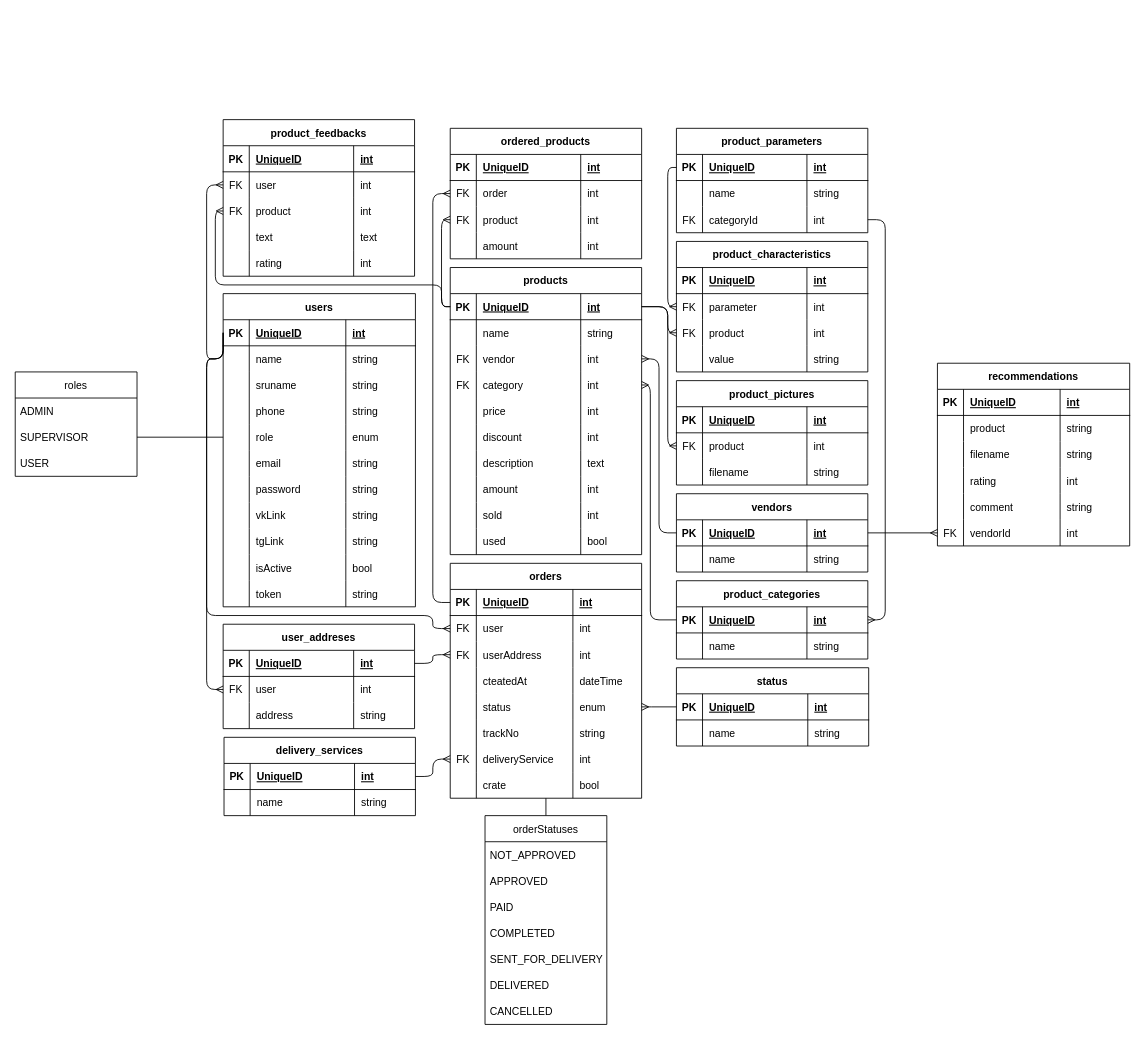
The draw.io diagram page "Database" (1 of 2) of VoiakaGM.drawio in TMWAG/voiakagm-shop-nest-v2, before the edit. Source tidied: cells renumbered, new cells numbered last; positions are measured from the earlier drawing's top-left corner, leaving out a move shared by most shapes. Both pictures are drawn from the tidied source at 87%, with x=0, y=0 at pixel (15, 119).
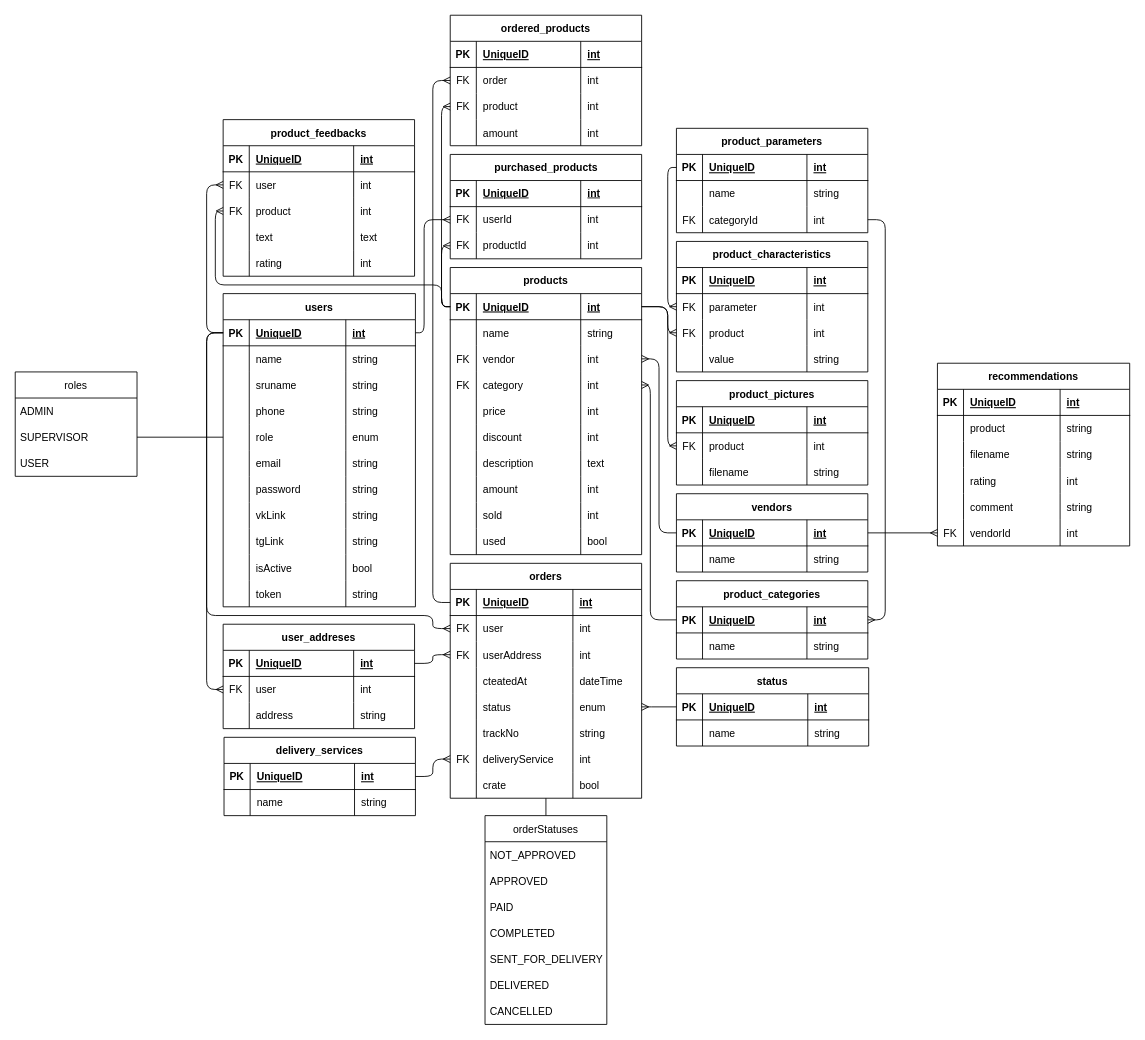
The same page after the edit.

Commit message:
Добавлена таблица purchased_products

Unchanged cells that the change refers to:
```xml
<mxCell id="3" style="shape=tableRow;horizontal=0;startSize=0;swimlaneHead=0;swimlaneBody=0;fillColor=none;points=[[0,0.5],[1,0.5]];portConstraint=eastwest;top=0;left=0;right=0;bottom=1;" parent="2" vertex="1">
  <mxGeometry y="30" width="221" height="30" as="geometry" />
</mxCell>
<mxCell id="48" style="shape=tableRow;horizontal=0;startSize=0;swimlaneHead=0;swimlaneBody=0;fillColor=none;points=[[0,0.5],[1,0.5]];portConstraint=eastwest;top=0;left=0;right=0;bottom=1;" parent="47" vertex="1">
  <mxGeometry y="30" width="220" height="30" as="geometry" />
</mxCell>
<mxCell id="122" style="shape=tableRow;horizontal=0;startSize=0;swimlaneHead=0;swimlaneBody=0;fillColor=none;points=[[0,0.5],[1,0.5]];portConstraint=eastwest;top=0;left=0;right=0;bottom=1;" parent="121" vertex="1">
  <mxGeometry y="30" width="220" height="30" as="geometry" />
</mxCell>
<mxCell id="126" style="shape=tableRow;horizontal=0;startSize=0;swimlaneHead=0;swimlaneBody=0;fillColor=none;points=[[0,0.5],[1,0.5]];portConstraint=eastwest;top=0;left=0;right=0;bottom=0;" parent="121" vertex="1">
  <mxGeometry y="60" width="220" height="30" as="geometry" />
</mxCell>
<mxCell id="211" style="shape=tableRow;horizontal=0;startSize=0;swimlaneHead=0;swimlaneBody=0;fillColor=none;points=[[0,0.5],[1,0.5]];portConstraint=eastwest;top=0;left=0;right=0;bottom=0;" parent="206" vertex="1">
  <mxGeometry y="60" width="220" height="30" as="geometry" />
</mxCell>
<mxCell id="235" style="shape=tableRow;horizontal=0;startSize=0;swimlaneHead=0;swimlaneBody=0;fillColor=none;points=[[0,0.5],[1,0.5]];portConstraint=eastwest;top=0;left=0;right=0;bottom=0;" parent="230" vertex="1">
  <mxGeometry y="60" width="220" height="30" as="geometry" />
</mxCell>
<mxCell id="251" style="shape=tableRow;horizontal=0;startSize=0;swimlaneHead=0;swimlaneBody=0;fillColor=none;points=[[0,0.5],[1,0.5]];portConstraint=eastwest;top=0;left=0;right=0;bottom=0;" parent="246" vertex="1">
  <mxGeometry y="60" width="220" height="30" as="geometry" />
</mxCell>
<mxCell id="255" style="shape=tableRow;horizontal=0;startSize=0;swimlaneHead=0;swimlaneBody=0;fillColor=none;points=[[0,0.5],[1,0.5]];portConstraint=eastwest;top=0;left=0;right=0;bottom=0;" parent="246" vertex="1">
  <mxGeometry y="90" width="220" height="30" as="geometry" />
</mxCell>
```

Change to the diagram source:
```diff
@@
     <mxCell id="154" style="edgeStyle=orthogonalEdgeStyle;rounded=1;jettySize=auto;html=1;exitX=0;exitY=0.5;exitDx=0;exitDy=0;strokeWidth=1;startArrow=none;startFill=0;endArrow=ERmany;endFill=0;entryX=0;entryY=0.5;entryDx=0;entryDy=0;" parent="1" edge="1" source="3" target="126">
       <mxGeometry relative="1" as="geometry">
         <Array as="points">
-          <mxPoint x="239" y="275" />
-          <mxPoint x="220" y="275" />
+          <mxPoint x="220" y="245" />
           <mxPoint x="220" y="570" />
           <mxPoint x="480" y="570" />
           <mxPoint x="480" y="585" />
         </Array>
       </mxGeometry>
     </mxCell>
@@
     <mxCell id="227" style="edgeStyle=orthogonalEdgeStyle;rounded=1;jettySize=auto;html=1;exitX=0;exitY=0.5;exitDx=0;exitDy=0;entryX=0;entryY=0.5;entryDx=0;entryDy=0;endArrow=ERmany;endFill=0;" parent="1" edge="1" source="3" target="211">
       <mxGeometry relative="1" as="geometry">
         <Array as="points">
-          <mxPoint x="220" y="275" />
+          <mxPoint x="220" y="245" />
           <mxPoint x="220" y="75" />
         </Array>
       </mxGeometry>
     </mxCell>
@@
     <mxCell id="244" style="edgeStyle=orthogonalEdgeStyle;rounded=1;jettySize=auto;html=1;exitX=0;exitY=0.5;exitDx=0;exitDy=0;entryX=0;entryY=0.5;entryDx=0;entryDy=0;endArrow=ERmany;endFill=0;" parent="1" edge="1" source="3" target="235">
       <mxGeometry relative="1" as="geometry">
         <Array as="points">
-          <mxPoint x="239" y="275" />
-          <mxPoint x="220" y="275" />
+          <mxPoint x="220" y="245" />
           <mxPoint x="220" y="655" />
         </Array>
       </mxGeometry>
     </mxCell>
@@
     <mxCell id="246" value="ordered_products" style="shape=table;startSize=30;childLayout=tableLayout;rowLines=0;fontStyle=1;align=center;" parent="1" vertex="1">
-      <mxGeometry x="500" y="10" width="220" height="150" as="geometry" />
+      <mxGeometry x="500" y="-120" width="220" height="150" as="geometry" />
     </mxCell>
@@
     <mxCell id="263" style="edgeStyle=orthogonalEdgeStyle;rounded=1;jettySize=auto;html=1;exitX=0;exitY=0.5;exitDx=0;exitDy=0;entryX=0;entryY=0.5;entryDx=0;entryDy=0;endArrow=ERmany;endFill=0;" parent="1" edge="1" source="122" target="251">
       <mxGeometry relative="1" as="geometry">
         <Array as="points">
           <mxPoint x="480" y="555" />
-          <mxPoint x="480" y="85" />
+          <mxPoint x="480" y="-45" />
         </Array>
       </mxGeometry>
     </mxCell>
     <mxCell id="264" style="edgeStyle=orthogonalEdgeStyle;rounded=1;jettySize=auto;html=1;exitX=0;exitY=0.5;exitDx=0;exitDy=0;entryX=0;entryY=0.5;entryDx=0;entryDy=0;endArrow=ERmany;endFill=0;" parent="1" edge="1" source="48" target="255">
       <mxGeometry relative="1" as="geometry">
         <Array as="points">
           <mxPoint x="490" y="215" />
-          <mxPoint x="490" y="115" />
+          <mxPoint x="490" y="-15" />
         </Array>
       </mxGeometry>
     </mxCell>
@@
+    <mxCell id="306" value="purchased_products" style="shape=table;startSize=30;childLayout=tableLayout;rowLines=0;fontStyle=1;align=center;html=1;" parent="1" vertex="1">
+      <mxGeometry x="500" y="40" width="220" height="120" as="geometry" />
+    </mxCell>
+    <mxCell id="307" style="shape=tableRow;horizontal=0;startSize=0;swimlaneHead=0;swimlaneBody=0;fillColor=none;top=0;left=0;right=0;bottom=1;" parent="306" vertex="1">
+      <mxGeometry y="30" width="220" height="30" as="geometry" />
+    </mxCell>
+    <mxCell id="308" value="PK" style="shape=partialRectangle;fillColor=none;top=0;left=0;bottom=0;right=0;fontStyle=1;overflow=hidden;whiteSpace=wrap;html=1;" parent="307" vertex="1">
+      <mxGeometry width="30" height="30" as="geometry" />
+    </mxCell>
+    <mxCell id="309" value="UniqueID" style="shape=partialRectangle;fillColor=none;top=0;left=0;bottom=0;right=0;align=left;spacingLeft=6;fontStyle=5;overflow=hidden;whiteSpace=wrap;html=1;" parent="307" vertex="1">
+      <mxGeometry x="30" width="120" height="30" as="geometry" />
+    </mxCell>
+    <mxCell id="310" value="int" style="shape=partialRectangle;fillColor=none;top=0;left=0;bottom=0;right=0;align=left;spacingLeft=6;fontStyle=5;overflow=hidden;whiteSpace=wrap;html=1;" parent="307" vertex="1">
+      <mxGeometry x="150" width="70" height="30" as="geometry" />
+    </mxCell>
+    <mxCell id="311" style="shape=tableRow;horizontal=0;startSize=0;swimlaneHead=0;swimlaneBody=0;fillColor=none;points=[[0,0.5],[1,0.5]];portConstraint=eastwest;top=0;left=0;right=0;bottom=0;" parent="306" vertex="1">
+      <mxGeometry y="60" width="220" height="30" as="geometry" />
+    </mxCell>
+    <mxCell id="312" value="FK" style="shape=partialRectangle;fillColor=none;top=0;left=0;bottom=0;right=0;overflow=hidden;whiteSpace=wrap;html=1;" parent="311" vertex="1">
+      <mxGeometry width="30" height="30" as="geometry" />
+    </mxCell>
+    <mxCell id="313" value="userId" style="shape=partialRectangle;fillColor=none;top=0;left=0;bottom=0;right=0;align=left;spacingLeft=6;overflow=hidden;whiteSpace=wrap;html=1;" parent="311" vertex="1">
+      <mxGeometry x="30" width="120" height="30" as="geometry" />
+    </mxCell>
+    <mxCell id="314" value="int" style="shape=partialRectangle;fillColor=none;top=0;left=0;bottom=0;right=0;align=left;spacingLeft=6;overflow=hidden;whiteSpace=wrap;html=1;" parent="311" vertex="1">
+      <mxGeometry x="150" width="70" height="30" as="geometry" />
+    </mxCell>
+    <mxCell id="315" style="shape=tableRow;horizontal=0;startSize=0;swimlaneHead=0;swimlaneBody=0;fillColor=none;points=[[0,0.5],[1,0.5]];portConstraint=eastwest;top=0;left=0;right=0;bottom=0;" parent="306" vertex="1">
+      <mxGeometry y="90" width="220" height="30" as="geometry" />
+    </mxCell>
+    <mxCell id="316" value="FK" style="shape=partialRectangle;fillColor=none;top=0;left=0;bottom=0;right=0;overflow=hidden;whiteSpace=wrap;html=1;" parent="315" vertex="1">
+      <mxGeometry width="30" height="30" as="geometry" />
+    </mxCell>
+    <mxCell id="317" value="productId" style="shape=partialRectangle;fillColor=none;top=0;left=0;bottom=0;right=0;align=left;spacingLeft=6;overflow=hidden;whiteSpace=wrap;html=1;" parent="315" vertex="1">
+      <mxGeometry x="30" width="120" height="30" as="geometry" />
+    </mxCell>
+    <mxCell id="318" value="int" style="shape=partialRectangle;fillColor=none;top=0;left=0;bottom=0;right=0;align=left;spacingLeft=6;overflow=hidden;whiteSpace=wrap;html=1;" parent="315" vertex="1">
+      <mxGeometry x="150" width="70" height="30" as="geometry" />
+    </mxCell>
+    <mxCell id="319" style="edgeStyle=orthogonalEdgeStyle;rounded=1;jettySize=auto;html=1;exitX=0;exitY=0.5;exitDx=0;exitDy=0;entryX=0;entryY=0.5;entryDx=0;entryDy=0;endArrow=ERmany;endFill=0;" parent="1" edge="1" source="48" target="315">
+      <mxGeometry relative="1" as="geometry">
+        <Array as="points">
+          <mxPoint x="490" y="215" />
+          <mxPoint x="490" y="145" />
+        </Array>
+      </mxGeometry>
+    </mxCell>
+    <mxCell id="320" style="edgeStyle=orthogonalEdgeStyle;rounded=1;jettySize=auto;html=1;exitX=1;exitY=0.5;exitDx=0;exitDy=0;entryX=0;entryY=0.5;entryDx=0;entryDy=0;endArrow=ERmany;endFill=0;" parent="1" edge="1" source="3" target="311">
+      <mxGeometry relative="1" as="geometry">
+        <Array as="points">
+          <mxPoint x="470" y="245" />
+          <mxPoint x="470" y="115" />
+        </Array>
+      </mxGeometry>
+    </mxCell>
```
